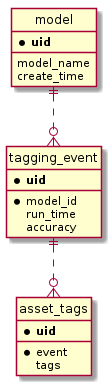
Earlier version of the PlantUML export docs/images/model.png (als-computing/splash-ml).
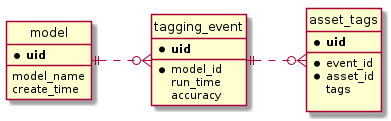
The same file after the commit.

Commit message:
Diagram alignment

Diff of the diagram source:
```diff
@@ -2,6 +2,9 @@
 hide circle
 
 skinparam linetype ortho
+
+left to right direction
+
 entity model{
     * **uid**
     __
@@ -20,8 +23,10 @@
 entity asset_tags{
     * **uid**
     ___
-    * event
+    * event_id
+    * asset_id
     tags
+
 }
 
 
```
